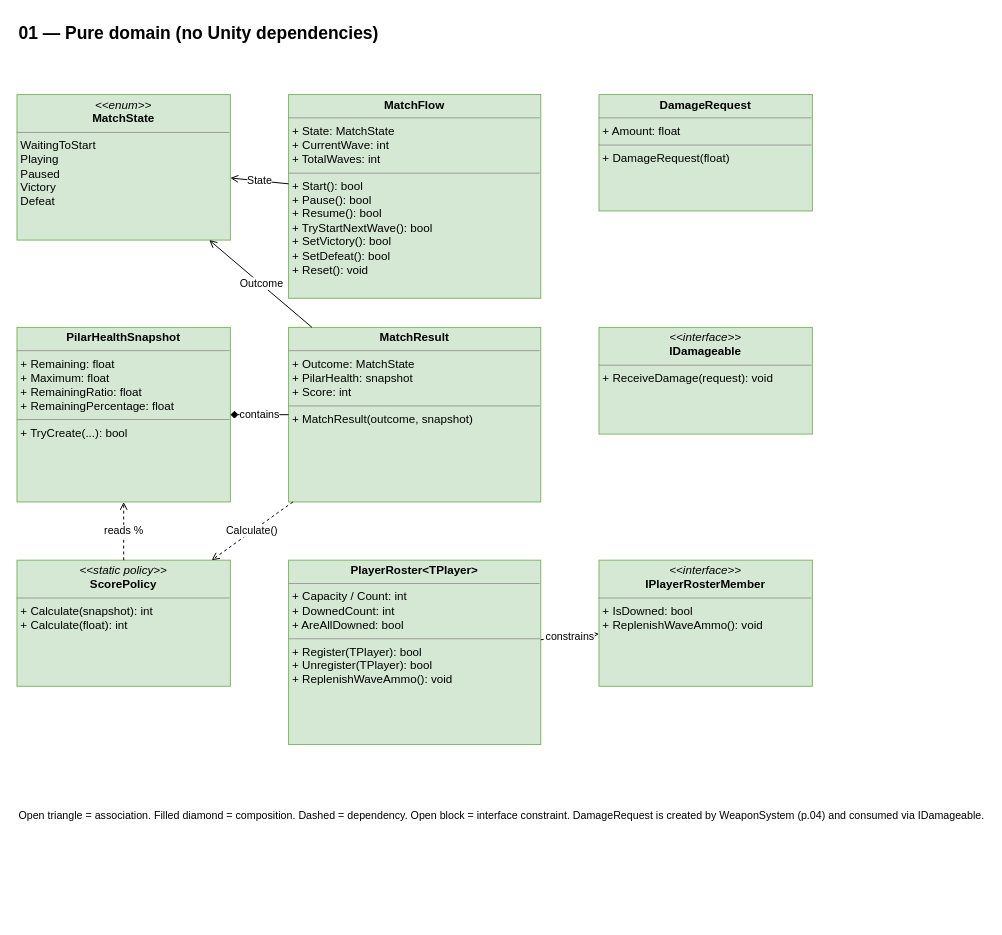
Before: page "01 Pure domain" (2 of 6) of Documentacion/diagrama-de-clases.drawio in renzo23rc/ElUltimoPilar, a draw.io diagram. Source tidied: cells renumbered, new cells numbered last; positions are measured from the earlier drawing's top-left corner, leaving out a move shared by most shapes. Both pictures are drawn from the tidied source at 97%, with x=0, y=0 at pixel (16, 16).
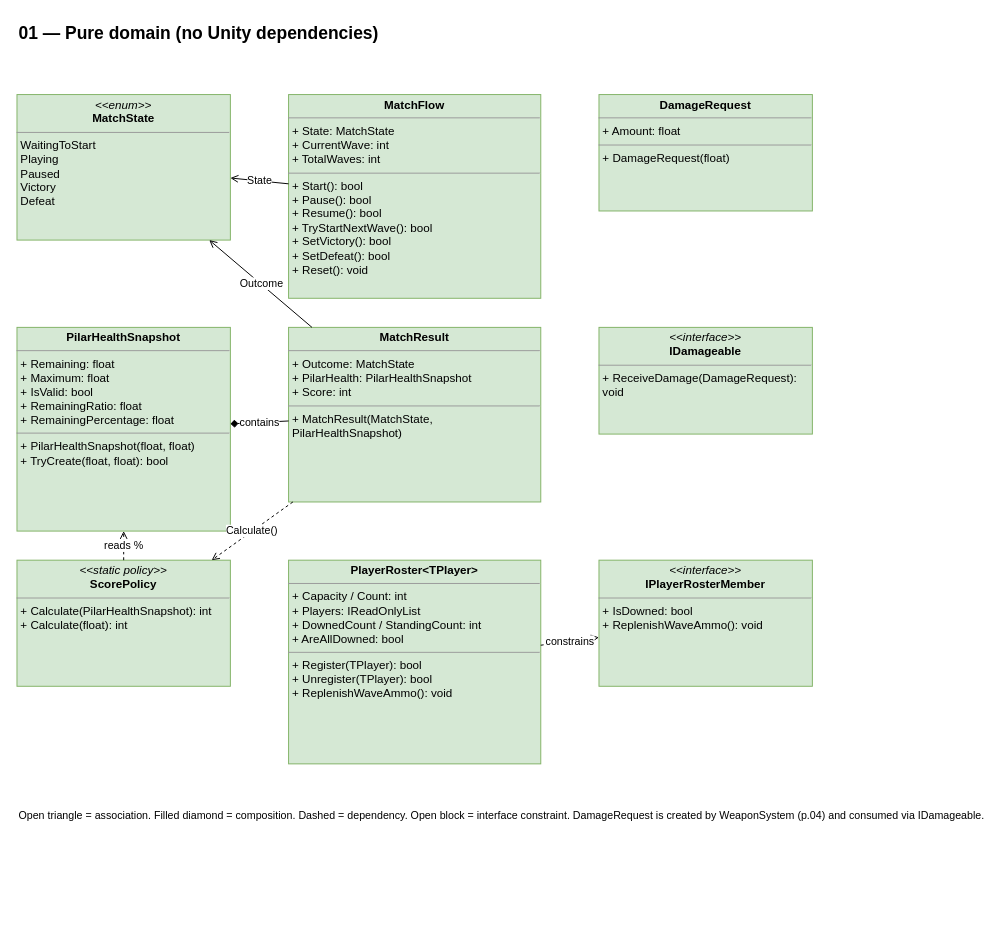
The same page after the edit.

What changed in the source:
```diff
@@
 <mxGraphModel>
   <root>
     <mxCell id="0" />
     <mxCell id="1" parent="0" />
     <mxCell id="2" value="01 — Pure domain (no Unity dependencies)" style="text;html=1;fontSize=18;fontStyle=1;align=left;" parent="1" vertex="1">
       <mxGeometry width="700" height="30" as="geometry" />
     </mxCell>
     <mxCell id="3" value="&lt;p style=&quot;margin:0px;margin-top:4px;text-align:center;&quot;&gt;&lt;i&gt;&amp;lt;&amp;lt;enum&amp;gt;&amp;gt;&lt;/i&gt;&lt;br&gt;&lt;b&gt;MatchState&lt;/b&gt;&lt;/p&gt;&lt;hr size=&quot;1&quot;/&gt;&lt;p style=&quot;margin:0px;margin-left:4px;&quot;&gt;WaitingToStart&lt;br&gt;Playing&lt;br&gt;Paused&lt;br&gt;Victory&lt;br&gt;Defeat&lt;/p&gt;" style="verticalAlign=top;align=left;overflow=fill;fontSize=12;fontFamily=Helvetica;html=1;whiteSpace=wrap;fillColor=#D5E8D4;strokeColor=#82B366;" parent="1" vertex="1">
       <mxGeometry y="80" width="220" height="150" as="geometry" />
     </mxCell>
     <mxCell id="4" value="&lt;p style=&quot;margin:0px;margin-top:4px;text-align:center;&quot;&gt;&lt;b&gt;MatchFlow&lt;/b&gt;&lt;/p&gt;&lt;hr size=&quot;1&quot;/&gt;&lt;p style=&quot;margin:0px;margin-left:4px;&quot;&gt;+ State: MatchState&lt;br&gt;+ CurrentWave: int&lt;br&gt;+ TotalWaves: int&lt;/p&gt;&lt;hr size=&quot;1&quot;/&gt;&lt;p style=&quot;margin:0px;margin-left:4px;&quot;&gt;+ Start(): bool&lt;br&gt;+ Pause(): bool&lt;br&gt;+ Resume(): bool&lt;br&gt;+ TryStartNextWave(): bool&lt;br&gt;+ SetVictory(): bool&lt;br&gt;+ SetDefeat(): bool&lt;br&gt;+ Reset(): void&lt;/p&gt;" style="verticalAlign=top;align=left;overflow=fill;fontSize=12;fontFamily=Helvetica;html=1;whiteSpace=wrap;fillColor=#D5E8D4;strokeColor=#82B366;" parent="1" vertex="1">
       <mxGeometry x="280" y="80" width="260" height="210" as="geometry" />
     </mxCell>
     <mxCell id="5" value="&lt;p style=&quot;margin:0px;margin-top:4px;text-align:center;&quot;&gt;&lt;b&gt;DamageRequest&lt;/b&gt;&lt;/p&gt;&lt;hr size=&quot;1&quot;/&gt;&lt;p style=&quot;margin:0px;margin-left:4px;&quot;&gt;+ Amount: float&lt;/p&gt;&lt;hr size=&quot;1&quot;/&gt;&lt;p style=&quot;margin:0px;margin-left:4px;&quot;&gt;+ DamageRequest(float)&lt;/p&gt;" style="verticalAlign=top;align=left;overflow=fill;fontSize=12;fontFamily=Helvetica;html=1;whiteSpace=wrap;fillColor=#D5E8D4;strokeColor=#82B366;" parent="1" vertex="1">
       <mxGeometry x="600" y="80" width="220" height="120" as="geometry" />
     </mxCell>
-    <mxCell id="6" value="&lt;p style=&quot;margin:0px;margin-top:4px;text-align:center;&quot;&gt;&lt;b&gt;PilarHealthSnapshot&lt;/b&gt;&lt;/p&gt;&lt;hr size=&quot;1&quot;/&gt;&lt;p style=&quot;margin:0px;margin-left:4px;&quot;&gt;+ Remaining: float&lt;br&gt;+ Maximum: float&lt;br&gt;+ RemainingRatio: float&lt;br&gt;+ RemainingPercentage: float&lt;/p&gt;&lt;hr size=&quot;1&quot;/&gt;&lt;p style=&quot;margin:0px;margin-left:4px;&quot;&gt;+ TryCreate(...): bool&lt;/p&gt;" style="verticalAlign=top;align=left;overflow=fill;fontSize=12;fontFamily=Helvetica;html=1;whiteSpace=wrap;fillColor=#D5E8D4;strokeColor=#82B366;" parent="1" vertex="1">
-      <mxGeometry y="320" width="220" height="180" as="geometry" />
+    <mxCell id="6" value="&lt;p style=&quot;margin:0px;margin-top:4px;text-align:center;&quot;&gt;&lt;b&gt;PilarHealthSnapshot&lt;/b&gt;&lt;/p&gt;&lt;hr size=&quot;1&quot;/&gt;&lt;p style=&quot;margin:0px;margin-left:4px;&quot;&gt;+ Remaining: float&lt;br&gt;+ Maximum: float&lt;br&gt;+ IsValid: bool&lt;br&gt;+ RemainingRatio: float&lt;br&gt;+ RemainingPercentage: float&lt;/p&gt;&lt;hr size=&quot;1&quot;/&gt;&lt;p style=&quot;margin:0px;margin-left:4px;&quot;&gt;+ PilarHealthSnapshot(float, float)&lt;br&gt;+ TryCreate(float, float): bool&lt;/p&gt;" style="verticalAlign=top;align=left;overflow=fill;fontSize=12;fontFamily=Helvetica;html=1;whiteSpace=wrap;fillColor=#D5E8D4;strokeColor=#82B366;" parent="1" vertex="1">
+      <mxGeometry y="320" width="220" height="210" as="geometry" />
     </mxCell>
-    <mxCell id="7" value="&lt;p style=&quot;margin:0px;margin-top:4px;text-align:center;&quot;&gt;&lt;b&gt;MatchResult&lt;/b&gt;&lt;/p&gt;&lt;hr size=&quot;1&quot;/&gt;&lt;p style=&quot;margin:0px;margin-left:4px;&quot;&gt;+ Outcome: MatchState&lt;br&gt;+ PilarHealth: snapshot&lt;br&gt;+ Score: int&lt;/p&gt;&lt;hr size=&quot;1&quot;/&gt;&lt;p style=&quot;margin:0px;margin-left:4px;&quot;&gt;+ MatchResult(outcome, snapshot)&lt;/p&gt;" style="verticalAlign=top;align=left;overflow=fill;fontSize=12;fontFamily=Helvetica;html=1;whiteSpace=wrap;fillColor=#D5E8D4;strokeColor=#82B366;" parent="1" vertex="1">
+    <mxCell id="7" value="&lt;p style=&quot;margin:0px;margin-top:4px;text-align:center;&quot;&gt;&lt;b&gt;MatchResult&lt;/b&gt;&lt;/p&gt;&lt;hr size=&quot;1&quot;/&gt;&lt;p style=&quot;margin:0px;margin-left:4px;&quot;&gt;+ Outcome: MatchState&lt;br&gt;+ PilarHealth: PilarHealthSnapshot&lt;br&gt;+ Score: int&lt;/p&gt;&lt;hr size=&quot;1&quot;/&gt;&lt;p style=&quot;margin:0px;margin-left:4px;&quot;&gt;+ MatchResult(MatchState, PilarHealthSnapshot)&lt;/p&gt;" style="verticalAlign=top;align=left;overflow=fill;fontSize=12;fontFamily=Helvetica;html=1;whiteSpace=wrap;fillColor=#D5E8D4;strokeColor=#82B366;" parent="1" vertex="1">
       <mxGeometry x="280" y="320" width="260" height="180" as="geometry" />
     </mxCell>
-    <mxCell id="8" value="&lt;p style=&quot;margin:0px;margin-top:4px;text-align:center;&quot;&gt;&lt;i&gt;&amp;lt;&amp;lt;interface&amp;gt;&amp;gt;&lt;/i&gt;&lt;br&gt;&lt;b&gt;IDamageable&lt;/b&gt;&lt;/p&gt;&lt;hr size=&quot;1&quot;/&gt;&lt;p style=&quot;margin:0px;margin-left:4px;&quot;&gt;+ ReceiveDamage(request): void&lt;/p&gt;" style="verticalAlign=top;align=left;overflow=fill;fontSize=12;fontFamily=Helvetica;html=1;whiteSpace=wrap;fillColor=#D5E8D4;strokeColor=#82B366;" parent="1" vertex="1">
+    <mxCell id="8" value="&lt;p style=&quot;margin:0px;margin-top:4px;text-align:center;&quot;&gt;&lt;i&gt;&amp;lt;&amp;lt;interface&amp;gt;&amp;gt;&lt;/i&gt;&lt;br&gt;&lt;b&gt;IDamageable&lt;/b&gt;&lt;/p&gt;&lt;hr size=&quot;1&quot;/&gt;&lt;p style=&quot;margin:0px;margin-left:4px;&quot;&gt;+ ReceiveDamage(DamageRequest): void&lt;/p&gt;" style="verticalAlign=top;align=left;overflow=fill;fontSize=12;fontFamily=Helvetica;html=1;whiteSpace=wrap;fillColor=#D5E8D4;strokeColor=#82B366;" parent="1" vertex="1">
       <mxGeometry x="600" y="320" width="220" height="110" as="geometry" />
     </mxCell>
-    <mxCell id="9" value="&lt;p style=&quot;margin:0px;margin-top:4px;text-align:center;&quot;&gt;&lt;i&gt;&amp;lt;&amp;lt;static policy&amp;gt;&amp;gt;&lt;/i&gt;&lt;br&gt;&lt;b&gt;ScorePolicy&lt;/b&gt;&lt;/p&gt;&lt;hr size=&quot;1&quot;/&gt;&lt;p style=&quot;margin:0px;margin-left:4px;&quot;&gt;+ Calculate(snapshot): int&lt;br&gt;+ Calculate(float): int&lt;/p&gt;" style="verticalAlign=top;align=left;overflow=fill;fontSize=12;fontFamily=Helvetica;html=1;whiteSpace=wrap;fillColor=#D5E8D4;strokeColor=#82B366;" parent="1" vertex="1">
+    <mxCell id="9" value="&lt;p style=&quot;margin:0px;margin-top:4px;text-align:center;&quot;&gt;&lt;i&gt;&amp;lt;&amp;lt;static policy&amp;gt;&amp;gt;&lt;/i&gt;&lt;br&gt;&lt;b&gt;ScorePolicy&lt;/b&gt;&lt;/p&gt;&lt;hr size=&quot;1&quot;/&gt;&lt;p style=&quot;margin:0px;margin-left:4px;&quot;&gt;+ Calculate(PilarHealthSnapshot): int&lt;br&gt;+ Calculate(float): int&lt;/p&gt;" style="verticalAlign=top;align=left;overflow=fill;fontSize=12;fontFamily=Helvetica;html=1;whiteSpace=wrap;fillColor=#D5E8D4;strokeColor=#82B366;" parent="1" vertex="1">
       <mxGeometry y="560" width="220" height="130" as="geometry" />
     </mxCell>
-    <mxCell id="10" value="&lt;p style=&quot;margin:0px;margin-top:4px;text-align:center;&quot;&gt;&lt;b&gt;PlayerRoster&amp;lt;TPlayer&amp;gt;&lt;/b&gt;&lt;/p&gt;&lt;hr size=&quot;1&quot;/&gt;&lt;p style=&quot;margin:0px;margin-left:4px;&quot;&gt;+ Capacity / Count: int&lt;br&gt;+ DownedCount: int&lt;br&gt;+ AreAllDowned: bool&lt;/p&gt;&lt;hr size=&quot;1&quot;/&gt;&lt;p style=&quot;margin:0px;margin-left:4px;&quot;&gt;+ Register(TPlayer): bool&lt;br&gt;+ Unregister(TPlayer): bool&lt;br&gt;+ ReplenishWaveAmmo(): void&lt;/p&gt;" style="verticalAlign=top;align=left;overflow=fill;fontSize=12;fontFamily=Helvetica;html=1;whiteSpace=wrap;fillColor=#D5E8D4;strokeColor=#82B366;" parent="1" vertex="1">
-      <mxGeometry x="280" y="560" width="260" height="190" as="geometry" />
+    <mxCell id="10" value="&lt;p style=&quot;margin:0px;margin-top:4px;text-align:center;&quot;&gt;&lt;b&gt;PlayerRoster&amp;lt;TPlayer&amp;gt;&lt;/b&gt;&lt;/p&gt;&lt;hr size=&quot;1&quot;/&gt;&lt;p style=&quot;margin:0px;margin-left:4px;&quot;&gt;+ Capacity / Count: int&lt;br&gt;+ Players: IReadOnlyList&lt;br&gt;+ DownedCount / StandingCount: int&lt;br&gt;+ AreAllDowned: bool&lt;/p&gt;&lt;hr size=&quot;1&quot;/&gt;&lt;p style=&quot;margin:0px;margin-left:4px;&quot;&gt;+ Register(TPlayer): bool&lt;br&gt;+ Unregister(TPlayer): bool&lt;br&gt;+ ReplenishWaveAmmo(): void&lt;/p&gt;" style="verticalAlign=top;align=left;overflow=fill;fontSize=12;fontFamily=Helvetica;html=1;whiteSpace=wrap;fillColor=#D5E8D4;strokeColor=#82B366;" parent="1" vertex="1">
+      <mxGeometry x="280" y="560" width="260" height="210" as="geometry" />
     </mxCell>
     <mxCell id="11" value="&lt;p style=&quot;margin:0px;margin-top:4px;text-align:center;&quot;&gt;&lt;i&gt;&amp;lt;&amp;lt;interface&amp;gt;&amp;gt;&lt;/i&gt;&lt;br&gt;&lt;b&gt;IPlayerRosterMember&lt;/b&gt;&lt;/p&gt;&lt;hr size=&quot;1&quot;/&gt;&lt;p style=&quot;margin:0px;margin-left:4px;&quot;&gt;+ IsDowned: bool&lt;br&gt;+ ReplenishWaveAmmo(): void&lt;/p&gt;" style="verticalAlign=top;align=left;overflow=fill;fontSize=12;fontFamily=Helvetica;html=1;whiteSpace=wrap;fillColor=#D5E8D4;strokeColor=#82B366;" parent="1" vertex="1">
       <mxGeometry x="600" y="560" width="220" height="130" as="geometry" />
     </mxCell>
     <mxCell id="12" value="State" style="endArrow=open;html=1;labelBackgroundColor=#ffffff;" parent="1" edge="1" source="4" target="3">
       <mxGeometry relative="1" as="geometry" />
     </mxCell>
     <mxCell id="13" value="contains" style="endArrow=diamond;endFill=1;html=1;labelBackgroundColor=#ffffff;" parent="1" edge="1" source="7" target="6">
       <mxGeometry relative="1" as="geometry" />
     </mxCell>
     <mxCell id="14" value="Outcome" style="endArrow=open;html=1;labelBackgroundColor=#ffffff;" parent="1" edge="1" source="7" target="3">
       <mxGeometry relative="1" as="geometry" />
     </mxCell>
     <mxCell id="15" value="Calculate()" style="dashed=1;endArrow=open;html=1;labelBackgroundColor=#ffffff;" parent="1" edge="1" source="7" target="9">
       <mxGeometry relative="1" as="geometry" />
     </mxCell>
     <mxCell id="16" value="reads %" style="dashed=1;endArrow=open;html=1;labelBackgroundColor=#ffffff;" parent="1" edge="1" source="9" target="6">
       <mxGeometry relative="1" as="geometry" />
     </mxCell>
     <mxCell id="17" value="constrains" style="dashed=1;endArrow=block;endFill=0;html=1;labelBackgroundColor=#ffffff;" parent="1" edge="1" source="10" target="11">
       <mxGeometry relative="1" as="geometry" />
     </mxCell>
     <mxCell id="18" value="Open triangle = association. Filled diamond = composition. Dashed = dependency. Open block = interface constraint. DamageRequest is created by WeaponSystem (p.04) and consumed via IDamageable." style="text;html=1;fontSize=11;align=left;" parent="1" vertex="1">
       <mxGeometry y="810" width="920" height="120" as="geometry" />
     </mxCell>
   </root>
 </mxGraphModel>
```
